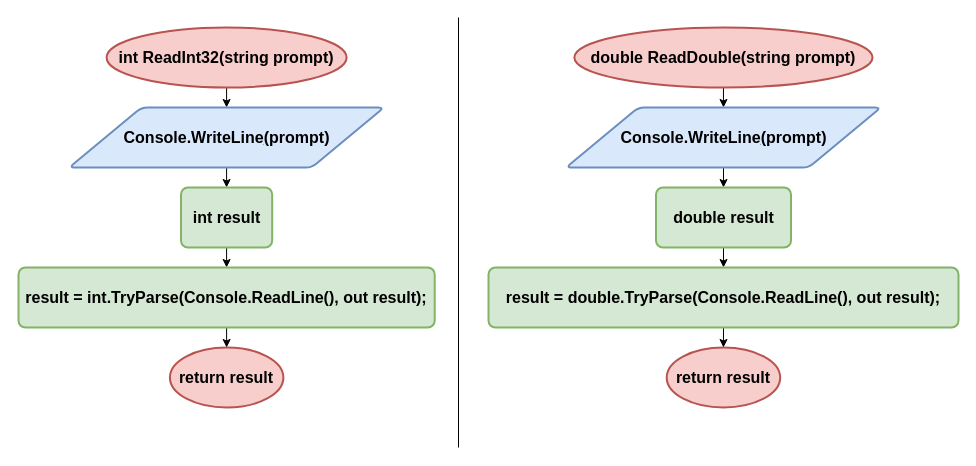
This is page "Utils/Base" (1 of 2) of flowchart.drawio from Console-Utils/mono-laboratorywork6, a draw.io file, before an edit. Source tidied: cells renumbered, new cells numbered last; positions are measured from the earlier drawing's top-left corner, leaving out a move shared by most shapes. Both pictures are drawn from the tidied source at 100%, with x=0, y=0 at pixel (18, 17).
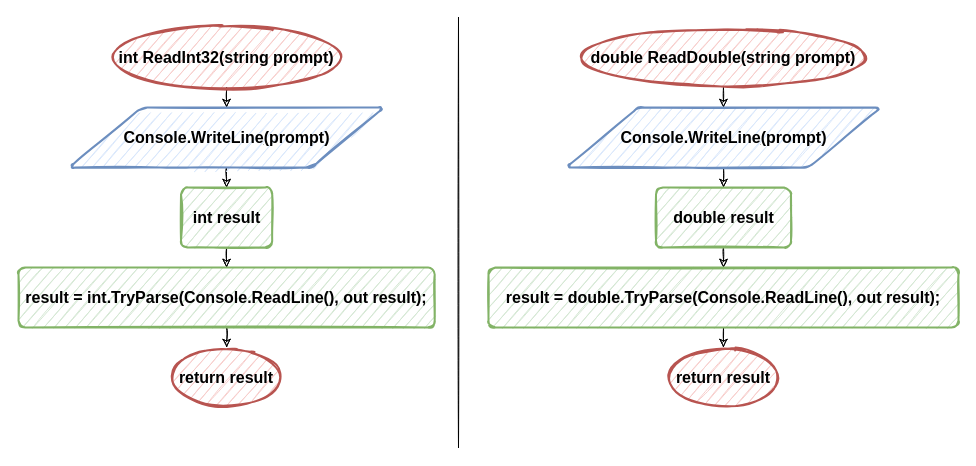
Above is the later version.

Commit message:
Flowchart updated: - Matrix class description added

Change to the diagram source:
```diff
@@
-    <mxCell id="2" style="edgeStyle=orthogonalEdgeStyle;rounded=0;jettySize=auto;html=1;exitX=0.5;exitY=1;exitDx=0;exitDy=0;exitPerimeter=0;entryX=0.5;entryY=0;entryDx=0;entryDy=0;" parent="1" edge="1" source="3" target="6">
+    <mxCell id="2" style="edgeStyle=orthogonalEdgeStyle;jettySize=auto;html=1;exitX=0.5;exitY=1;exitDx=0;exitDy=0;exitPerimeter=0;entryX=0.5;entryY=0;entryDx=0;entryDy=0;sketch=1;" parent="1" edge="1" source="3" target="6">
       <mxGeometry relative="1" as="geometry" />
     </mxCell>
-    <mxCell id="3" value="&lt;font style=&quot;font-size: 16px&quot;&gt;&lt;b&gt;int ReadInt32(string prompt)&lt;/b&gt;&lt;/font&gt;" style="strokeWidth=2;html=1;shape=mxgraph.flowchart.start_1;whiteSpace=wrap;fillColor=#f8cecc;strokeColor=#b85450;" parent="1" vertex="1">
+    <mxCell id="3" value="&lt;font style=&quot;font-size: 16px&quot;&gt;&lt;b&gt;int ReadInt32(string prompt)&lt;/b&gt;&lt;/font&gt;" style="strokeWidth=2;html=1;shape=mxgraph.flowchart.start_1;whiteSpace=wrap;fillColor=#f8cecc;strokeColor=#b85450;sketch=1;rounded=1;" parent="1" vertex="1">
       <mxGeometry x="88.1" y="10" width="240" height="60" as="geometry" />
     </mxCell>
-    <mxCell id="4" value="&lt;font style=&quot;font-size: 16px&quot;&gt;&lt;b&gt;return result&lt;/b&gt;&lt;/font&gt;" style="strokeWidth=2;html=1;shape=mxgraph.flowchart.start_1;whiteSpace=wrap;fillColor=#f8cecc;strokeColor=#b85450;" parent="1" vertex="1">
+    <mxCell id="4" value="&lt;font style=&quot;font-size: 16px&quot;&gt;&lt;b&gt;return result&lt;/b&gt;&lt;/font&gt;" style="strokeWidth=2;html=1;shape=mxgraph.flowchart.start_1;whiteSpace=wrap;fillColor=#f8cecc;strokeColor=#b85450;sketch=1;rounded=1;" parent="1" vertex="1">
       <mxGeometry x="151.4" y="330" width="113.5" height="60" as="geometry" />
     </mxCell>
-    <mxCell id="5" style="edgeStyle=orthogonalEdgeStyle;rounded=0;jettySize=auto;html=1;exitX=0.5;exitY=1;exitDx=0;exitDy=0;entryX=0.5;entryY=0;entryDx=0;entryDy=0;" parent="1" edge="1" source="6" target="8">
+    <mxCell id="5" style="edgeStyle=orthogonalEdgeStyle;jettySize=auto;html=1;exitX=0.5;exitY=1;exitDx=0;exitDy=0;entryX=0.5;entryY=0;entryDx=0;entryDy=0;sketch=1;" parent="1" edge="1" source="6" target="8">
       <mxGeometry relative="1" as="geometry" />
     </mxCell>
-    <mxCell id="6" value="&lt;b&gt;&lt;font style=&quot;font-size: 16px&quot;&gt;Console.WriteLine&lt;u&gt;(&lt;/u&gt;prompt)&lt;/font&gt;&lt;/b&gt;" style="shape=parallelogram;html=1;strokeWidth=2;perimeter=parallelogramPerimeter;whiteSpace=wrap;rounded=1;arcSize=12;size=0.23;fillColor=#dae8fc;strokeColor=#6c8ebf;" parent="1" vertex="1">
+    <mxCell id="6" value="&lt;b&gt;&lt;font style=&quot;font-size: 16px&quot;&gt;Console.WriteLine&lt;u&gt;(&lt;/u&gt;prompt)&lt;/font&gt;&lt;/b&gt;" style="shape=parallelogram;html=1;strokeWidth=2;perimeter=parallelogramPerimeter;whiteSpace=wrap;arcSize=12;size=0.23;fillColor=#dae8fc;strokeColor=#6c8ebf;sketch=1;rounded=1;" parent="1" vertex="1">
       <mxGeometry x="50.6" y="90" width="315" height="60" as="geometry" />
     </mxCell>
-    <mxCell id="7" style="edgeStyle=orthogonalEdgeStyle;rounded=0;jettySize=auto;html=1;exitX=0.5;exitY=1;exitDx=0;exitDy=0;entryX=0.5;entryY=0;entryDx=0;entryDy=0;" parent="1" edge="1" source="8" target="10">
+    <mxCell id="7" style="edgeStyle=orthogonalEdgeStyle;jettySize=auto;html=1;exitX=0.5;exitY=1;exitDx=0;exitDy=0;entryX=0.5;entryY=0;entryDx=0;entryDy=0;sketch=1;" parent="1" edge="1" source="8" target="10">
       <mxGeometry relative="1" as="geometry" />
     </mxCell>
-    <mxCell id="8" value="&lt;font style=&quot;font-size: 16px&quot;&gt;&lt;b&gt;int result&lt;/b&gt;&lt;/font&gt;" style="rounded=1;whiteSpace=wrap;html=1;absoluteArcSize=1;arcSize=14;strokeWidth=2;fillColor=#d5e8d4;strokeColor=#82b366;" parent="1" vertex="1">
+    <mxCell id="8" value="&lt;font style=&quot;font-size: 16px&quot;&gt;&lt;b&gt;int result&lt;/b&gt;&lt;/font&gt;" style="whiteSpace=wrap;html=1;absoluteArcSize=1;arcSize=14;strokeWidth=2;fillColor=#d5e8d4;strokeColor=#82b366;sketch=1;rounded=1;" parent="1" vertex="1">
       <mxGeometry x="162.5" y="170" width="91.2" height="60" as="geometry" />
     </mxCell>
-    <mxCell id="9" style="edgeStyle=orthogonalEdgeStyle;rounded=0;jettySize=auto;html=1;exitX=0.5;exitY=1;exitDx=0;exitDy=0;entryX=0.5;entryY=0;entryDx=0;entryDy=0;entryPerimeter=0;" parent="1" edge="1" source="10" target="4">
+    <mxCell id="9" style="edgeStyle=orthogonalEdgeStyle;jettySize=auto;html=1;exitX=0.5;exitY=1;exitDx=0;exitDy=0;entryX=0.5;entryY=0;entryDx=0;entryDy=0;entryPerimeter=0;sketch=1;" parent="1" edge="1" source="10" target="4">
       <mxGeometry relative="1" as="geometry" />
     </mxCell>
-    <mxCell id="10" value="&lt;font style=&quot;font-size: 16px&quot;&gt;&lt;b&gt;result =&amp;nbsp;&lt;/b&gt;&lt;/font&gt;&lt;span style=&quot;font-size: 16px&quot;&gt;&lt;b&gt;int.TryParse(Console.ReadLine(), out result);&lt;/b&gt;&lt;/span&gt;" style="rounded=1;whiteSpace=wrap;html=1;absoluteArcSize=1;arcSize=14;strokeWidth=2;fillColor=#d5e8d4;strokeColor=#82b366;" parent="1" vertex="1">
+    <mxCell id="10" value="&lt;font style=&quot;font-size: 16px&quot;&gt;&lt;b&gt;result =&amp;nbsp;&lt;/b&gt;&lt;/font&gt;&lt;span style=&quot;font-size: 16px&quot;&gt;&lt;b&gt;int.TryParse(Console.ReadLine(), out result);&lt;/b&gt;&lt;/span&gt;" style="whiteSpace=wrap;html=1;absoluteArcSize=1;arcSize=14;strokeWidth=2;fillColor=#d5e8d4;strokeColor=#82b366;sketch=1;rounded=1;" parent="1" vertex="1">
       <mxGeometry y="250" width="416.2" height="60" as="geometry" />
     </mxCell>
-    <mxCell id="11" style="edgeStyle=orthogonalEdgeStyle;rounded=0;jettySize=auto;html=1;exitX=0.5;exitY=1;exitDx=0;exitDy=0;exitPerimeter=0;entryX=0.5;entryY=0;entryDx=0;entryDy=0;" parent="1" edge="1" source="12" target="15">
+    <mxCell id="11" style="edgeStyle=orthogonalEdgeStyle;jettySize=auto;html=1;exitX=0.5;exitY=1;exitDx=0;exitDy=0;exitPerimeter=0;entryX=0.5;entryY=0;entryDx=0;entryDy=0;sketch=1;" parent="1" edge="1" source="12" target="15">
       <mxGeometry relative="1" as="geometry" />
     </mxCell>
-    <mxCell id="12" value="&lt;font style=&quot;font-size: 16px&quot;&gt;&lt;b&gt;double ReadDouble(string prompt)&lt;/b&gt;&lt;/font&gt;" style="strokeWidth=2;html=1;shape=mxgraph.flowchart.start_1;whiteSpace=wrap;fillColor=#f8cecc;strokeColor=#b85450;" parent="1" vertex="1">
+    <mxCell id="12" value="&lt;font style=&quot;font-size: 16px&quot;&gt;&lt;b&gt;double ReadDouble(string prompt)&lt;/b&gt;&lt;/font&gt;" style="strokeWidth=2;html=1;shape=mxgraph.flowchart.start_1;whiteSpace=wrap;fillColor=#f8cecc;strokeColor=#b85450;sketch=1;rounded=1;" parent="1" vertex="1">
       <mxGeometry x="555.9" y="10" width="298.1" height="60" as="geometry" />
     </mxCell>
-    <mxCell id="13" value="&lt;font style=&quot;font-size: 16px&quot;&gt;&lt;b&gt;return result&lt;/b&gt;&lt;/font&gt;" style="strokeWidth=2;html=1;shape=mxgraph.flowchart.start_1;whiteSpace=wrap;fillColor=#f8cecc;strokeColor=#b85450;" parent="1" vertex="1">
+    <mxCell id="13" value="&lt;font style=&quot;font-size: 16px&quot;&gt;&lt;b&gt;return result&lt;/b&gt;&lt;/font&gt;" style="strokeWidth=2;html=1;shape=mxgraph.flowchart.start_1;whiteSpace=wrap;fillColor=#f8cecc;strokeColor=#b85450;sketch=1;rounded=1;" parent="1" vertex="1">
       <mxGeometry x="648.2" y="330" width="113.5" height="60" as="geometry" />
     </mxCell>
-    <mxCell id="14" style="edgeStyle=orthogonalEdgeStyle;rounded=0;jettySize=auto;html=1;exitX=0.5;exitY=1;exitDx=0;exitDy=0;entryX=0.5;entryY=0;entryDx=0;entryDy=0;" parent="1" edge="1" source="15" target="17">
+    <mxCell id="14" style="edgeStyle=orthogonalEdgeStyle;jettySize=auto;html=1;exitX=0.5;exitY=1;exitDx=0;exitDy=0;entryX=0.5;entryY=0;entryDx=0;entryDy=0;sketch=1;" parent="1" edge="1" source="15" target="17">
       <mxGeometry relative="1" as="geometry" />
     </mxCell>
-    <mxCell id="15" value="&lt;b&gt;&lt;font style=&quot;font-size: 16px&quot;&gt;Console.WriteLine&lt;u&gt;(&lt;/u&gt;prompt)&lt;/font&gt;&lt;/b&gt;" style="shape=parallelogram;html=1;strokeWidth=2;perimeter=parallelogramPerimeter;whiteSpace=wrap;rounded=1;arcSize=12;size=0.23;fillColor=#dae8fc;strokeColor=#6c8ebf;" parent="1" vertex="1">
+    <mxCell id="15" value="&lt;b&gt;&lt;font style=&quot;font-size: 16px&quot;&gt;Console.WriteLine&lt;u&gt;(&lt;/u&gt;prompt)&lt;/font&gt;&lt;/b&gt;" style="shape=parallelogram;html=1;strokeWidth=2;perimeter=parallelogramPerimeter;whiteSpace=wrap;arcSize=12;size=0.23;fillColor=#dae8fc;strokeColor=#6c8ebf;sketch=1;rounded=1;" parent="1" vertex="1">
       <mxGeometry x="547.5" y="90" width="315" height="60" as="geometry" />
     </mxCell>
-    <mxCell id="16" style="edgeStyle=orthogonalEdgeStyle;rounded=0;jettySize=auto;html=1;exitX=0.5;exitY=1;exitDx=0;exitDy=0;entryX=0.5;entryY=0;entryDx=0;entryDy=0;" parent="1" edge="1" source="17" target="19">
+    <mxCell id="16" style="edgeStyle=orthogonalEdgeStyle;jettySize=auto;html=1;exitX=0.5;exitY=1;exitDx=0;exitDy=0;entryX=0.5;entryY=0;entryDx=0;entryDy=0;sketch=1;" parent="1" edge="1" source="17" target="19">
       <mxGeometry relative="1" as="geometry" />
     </mxCell>
-    <mxCell id="17" value="&lt;font style=&quot;font-size: 16px&quot;&gt;&lt;b&gt;double result&lt;/b&gt;&lt;/font&gt;" style="rounded=1;whiteSpace=wrap;html=1;absoluteArcSize=1;arcSize=14;strokeWidth=2;fillColor=#d5e8d4;strokeColor=#82b366;" parent="1" vertex="1">
+    <mxCell id="17" value="&lt;font style=&quot;font-size: 16px&quot;&gt;&lt;b&gt;double result&lt;/b&gt;&lt;/font&gt;" style="whiteSpace=wrap;html=1;absoluteArcSize=1;arcSize=14;strokeWidth=2;fillColor=#d5e8d4;strokeColor=#82b366;sketch=1;rounded=1;" parent="1" vertex="1">
       <mxGeometry x="637.5" y="170" width="135" height="60" as="geometry" />
     </mxCell>
-    <mxCell id="18" style="edgeStyle=orthogonalEdgeStyle;rounded=0;jettySize=auto;html=1;exitX=0.5;exitY=1;exitDx=0;exitDy=0;entryX=0.5;entryY=0;entryDx=0;entryDy=0;entryPerimeter=0;" parent="1" edge="1" source="19" target="13">
+    <mxCell id="18" style="edgeStyle=orthogonalEdgeStyle;jettySize=auto;html=1;exitX=0.5;exitY=1;exitDx=0;exitDy=0;entryX=0.5;entryY=0;entryDx=0;entryDy=0;entryPerimeter=0;sketch=1;" parent="1" edge="1" source="19" target="13">
       <mxGeometry relative="1" as="geometry" />
     </mxCell>
-    <mxCell id="19" value="&lt;font style=&quot;font-size: 16px&quot;&gt;&lt;b&gt;result =&amp;nbsp;&lt;/b&gt;&lt;/font&gt;&lt;span style=&quot;font-size: 16px&quot;&gt;&lt;b&gt;double.TryParse(Console.ReadLine(), out result);&lt;/b&gt;&lt;/span&gt;" style="rounded=1;whiteSpace=wrap;html=1;absoluteArcSize=1;arcSize=14;strokeWidth=2;fillColor=#d5e8d4;strokeColor=#82b366;" parent="1" vertex="1">
+    <mxCell id="19" value="&lt;font style=&quot;font-size: 16px&quot;&gt;&lt;b&gt;result =&amp;nbsp;&lt;/b&gt;&lt;/font&gt;&lt;span style=&quot;font-size: 16px&quot;&gt;&lt;b&gt;double.TryParse(Console.ReadLine(), out result);&lt;/b&gt;&lt;/span&gt;" style="whiteSpace=wrap;html=1;absoluteArcSize=1;arcSize=14;strokeWidth=2;fillColor=#d5e8d4;strokeColor=#82b366;sketch=1;rounded=1;" parent="1" vertex="1">
       <mxGeometry x="470" y="250" width="470" height="60" as="geometry" />
     </mxCell>
-    <mxCell id="20" style="endArrow=none;html=1;" parent="1" edge="1">
+    <mxCell id="20" style="endArrow=none;html=1;sketch=1;" parent="1" edge="1">
       <mxGeometry relative="1" as="geometry">
         <mxPoint x="440" y="430" as="sourcePoint" />
         <mxPoint x="440" as="targetPoint" />
       </mxGeometry>
     </mxCell>
```
